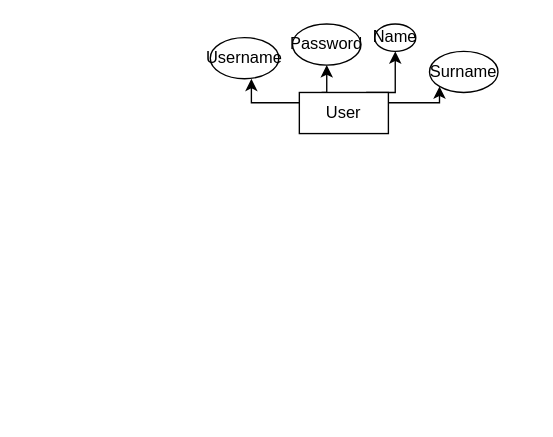
Above: Başlıksız Diyagram.drawio in Pqrq/CMpe321Hw1 (draw.io), before the change. Source tidied: cells renumbered, new cells numbered last; positions are measured from the earlier drawing's top-left corner, leaving out a move shared by most shapes. Both pictures are drawn from the tidied source at 137%, with x=0, y=0 at pixel (210, 23).
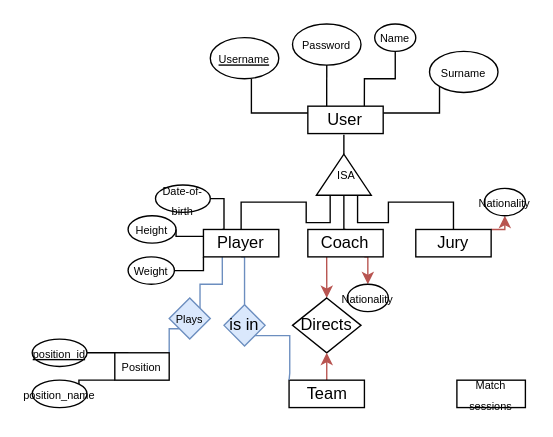
After the change.

Diff of the diagram source:
```diff
@@
-    <mxCell id="2" style="edgeStyle=orthogonalEdgeStyle;rounded=0;jettySize=auto;html=1;exitX=0.25;exitY=0;exitDx=0;exitDy=0;entryX=0.5;entryY=1;entryDx=0;entryDy=0;" parent="1" edge="1" source="5" target="7">
+    <mxCell id="2" style="edgeStyle=orthogonalEdgeStyle;rounded=0;jettySize=auto;html=1;exitX=0.25;exitY=0;exitDx=0;exitDy=0;entryX=0.5;entryY=1;entryDx=0;entryDy=0;endArrow=none;endFill=0;" parent="1" edge="1" source="5" target="7">
       <mxGeometry relative="1" as="geometry" />
     </mxCell>
-    <mxCell id="3" style="edgeStyle=orthogonalEdgeStyle;rounded=0;jettySize=auto;html=1;exitX=0.75;exitY=0;exitDx=0;exitDy=0;entryX=0.5;entryY=1;entryDx=0;entryDy=0;" parent="1" edge="1" source="5" target="8">
+    <mxCell id="3" style="edgeStyle=orthogonalEdgeStyle;rounded=0;jettySize=auto;html=1;exitX=0.75;exitY=0;exitDx=0;exitDy=0;entryX=0.5;entryY=1;entryDx=0;entryDy=0;endArrow=none;endFill=0;" parent="1" edge="1" source="5" target="8">
       <mxGeometry relative="1" as="geometry" />
     </mxCell>
-    <mxCell id="4" style="edgeStyle=orthogonalEdgeStyle;rounded=0;jettySize=auto;html=1;exitX=1;exitY=0.25;exitDx=0;exitDy=0;entryX=0;entryY=1;entryDx=0;entryDy=0;" parent="1" edge="1" source="5" target="9">
-      <mxGeometry relative="1" as="geometry" />
+    <mxCell id="4" style="edgeStyle=orthogonalEdgeStyle;rounded=0;jettySize=auto;html=1;exitX=1;exitY=0.25;exitDx=0;exitDy=0;entryX=0;entryY=1;entryDx=0;entryDy=0;endArrow=none;endFill=0;" parent="1" edge="1" source="5" target="9">
+      <mxGeometry relative="1" as="geometry">
+        <Array as="points">
+          <mxPoint x="167" y="65" />
+        </Array>
+      </mxGeometry>
     </mxCell>
     <mxCell id="5" value="User" style="rounded=0;whiteSpace=wrap;html=1;" parent="1" vertex="1">
-      <mxGeometry x="65" y="50" width="65" height="30" as="geometry" />
+      <mxGeometry x="71.2" y="60" width="55" height="20" as="geometry" />
     </mxCell>
-    <mxCell id="6" value="Username" style="ellipse;whiteSpace=wrap;html=1;" parent="1" vertex="1">
+    <mxCell id="6" value="&lt;font style=&quot;font-size: 8px;&quot;&gt;&lt;u&gt;Username&lt;/u&gt;&lt;/font&gt;" style="ellipse;whiteSpace=wrap;html=1;" parent="1" vertex="1">
       <mxGeometry y="10" width="50" height="30" as="geometry" />
     </mxCell>
-    <mxCell id="7" value="Password" style="ellipse;whiteSpace=wrap;html=1;" parent="1" vertex="1">
+    <mxCell id="7" value="&lt;font style=&quot;font-size: 8px;&quot;&gt;Password&lt;/font&gt;" style="ellipse;whiteSpace=wrap;html=1;" parent="1" vertex="1">
       <mxGeometry x="60" width="50" height="30" as="geometry" />
     </mxCell>
-    <mxCell id="8" value="Name" style="ellipse;whiteSpace=wrap;html=1;" parent="1" vertex="1">
+    <mxCell id="8" value="&lt;font style=&quot;font-size: 8px;&quot;&gt;Name&lt;/font&gt;" style="ellipse;whiteSpace=wrap;html=1;" parent="1" vertex="1">
       <mxGeometry x="120" width="30" height="20" as="geometry" />
     </mxCell>
-    <mxCell id="9" value="Surname" style="ellipse;whiteSpace=wrap;html=1;" parent="1" vertex="1">
+    <mxCell id="9" value="&lt;font style=&quot;font-size: 8px;&quot;&gt;Surname&lt;/font&gt;" style="ellipse;whiteSpace=wrap;html=1;" parent="1" vertex="1">
       <mxGeometry x="160" y="20" width="50" height="30" as="geometry" />
     </mxCell>
-    <mxCell id="10" style="edgeStyle=orthogonalEdgeStyle;rounded=0;jettySize=auto;html=1;exitX=0;exitY=0.25;exitDx=0;exitDy=0;entryX=0.6;entryY=1;entryDx=0;entryDy=0;entryPerimeter=0;" parent="1" edge="1" source="5" target="6">
+    <mxCell id="10" style="edgeStyle=orthogonalEdgeStyle;rounded=0;jettySize=auto;html=1;exitX=0;exitY=0.25;exitDx=0;exitDy=0;entryX=0.6;entryY=1;entryDx=0;entryDy=0;entryPerimeter=0;endArrow=none;endFill=0;" parent="1" edge="1" source="5" target="6">
       <mxGeometry relative="1" as="geometry" />
     </mxCell>
+    <mxCell id="11" style="triangle;whiteSpace=wrap;html=1;rotation=-90;" parent="1" vertex="1">
+      <mxGeometry x="82.5" y="90" width="30" height="40" as="geometry" />
+    </mxCell>
+    <mxCell id="12" value="&lt;font style=&quot;font-size: 8px;&quot;&gt;ISA&lt;/font&gt;" style="text;html=1;align=center;verticalAlign=middle;whiteSpace=wrap;rounded=0;" parent="1" vertex="1">
+      <mxGeometry x="82.5" y="102.5" width="32.5" height="15" as="geometry" />
+    </mxCell>
+    <mxCell id="13" style="edgeStyle=orthogonalEdgeStyle;rounded=0;jettySize=auto;html=1;exitX=0.5;exitY=0;exitDx=0;exitDy=0;entryX=0;entryY=0.25;entryDx=0;entryDy=0;endArrow=none;endFill=0;" parent="1" edge="1" source="18" target="11">
+      <mxGeometry relative="1" as="geometry" />
+    </mxCell>
+    <mxCell id="14" style="edgeStyle=orthogonalEdgeStyle;rounded=0;jettySize=auto;html=1;exitX=0.25;exitY=0;exitDx=0;exitDy=0;entryX=1;entryY=0.5;entryDx=0;entryDy=0;endArrow=none;endFill=0;" parent="1" edge="1" source="18" target="26">
+      <mxGeometry relative="1" as="geometry">
+        <Array as="points">
+          <mxPoint x="10" y="150" />
+          <mxPoint x="10" y="128" />
+        </Array>
+      </mxGeometry>
+    </mxCell>
+    <mxCell id="15" style="edgeStyle=orthogonalEdgeStyle;rounded=0;jettySize=auto;html=1;exitX=0;exitY=1;exitDx=0;exitDy=0;endArrow=none;endFill=0;" parent="1" edge="1" source="18" target="28">
+      <mxGeometry relative="1" as="geometry">
+        <Array as="points">
+          <mxPoint x="-5" y="180" />
+        </Array>
+      </mxGeometry>
+    </mxCell>
+    <mxCell id="16" style="edgeStyle=orthogonalEdgeStyle;rounded=0;jettySize=auto;html=1;exitX=0.25;exitY=1;exitDx=0;exitDy=0;entryX=1;entryY=0;entryDx=0;entryDy=0;endArrow=none;endFill=0;fillColor=#dae8fc;strokeColor=#6c8ebf;" parent="1" edge="1" source="18" target="37">
+      <mxGeometry relative="1" as="geometry" />
+    </mxCell>
+    <mxCell id="17" style="edgeStyle=orthogonalEdgeStyle;rounded=0;jettySize=auto;html=1;exitX=0.5;exitY=1;exitDx=0;exitDy=0;entryX=0.5;entryY=0;entryDx=0;entryDy=0;fillColor=#dae8fc;strokeColor=#6c8ebf;endArrow=none;endFill=0;" parent="1" edge="1" source="18" target="45">
+      <mxGeometry relative="1" as="geometry" />
+    </mxCell>
+    <mxCell id="18" value="Player" style="rounded=0;whiteSpace=wrap;html=1;" parent="1" vertex="1">
+      <mxGeometry x="-5" y="150" width="55" height="20" as="geometry" />
+    </mxCell>
+    <mxCell id="19" style="edgeStyle=orthogonalEdgeStyle;rounded=0;jettySize=auto;html=1;exitX=0.5;exitY=0;exitDx=0;exitDy=0;entryX=0;entryY=0.5;entryDx=0;entryDy=0;endArrow=none;endFill=0;" parent="1" edge="1" source="22" target="11">
+      <mxGeometry relative="1" as="geometry" />
+    </mxCell>
+    <mxCell id="20" style="edgeStyle=orthogonalEdgeStyle;rounded=0;jettySize=auto;html=1;exitX=0.75;exitY=1;exitDx=0;exitDy=0;entryX=0.5;entryY=0;entryDx=0;entryDy=0;fillColor=#f8cecc;strokeColor=#b85450;" parent="1" edge="1" source="22" target="29">
+      <mxGeometry relative="1" as="geometry" />
+    </mxCell>
+    <mxCell id="21" style="edgeStyle=orthogonalEdgeStyle;rounded=0;jettySize=auto;html=1;exitX=0.25;exitY=1;exitDx=0;exitDy=0;fillColor=#f8cecc;strokeColor=#b85450;" parent="1" edge="1" source="22" target="33">
+      <mxGeometry relative="1" as="geometry" />
+    </mxCell>
+    <mxCell id="22" value="Coach" style="rounded=0;whiteSpace=wrap;html=1;" parent="1" vertex="1">
+      <mxGeometry x="71.2" y="150" width="55" height="20" as="geometry" />
+    </mxCell>
+    <mxCell id="23" style="edgeStyle=orthogonalEdgeStyle;rounded=0;jettySize=auto;html=1;exitX=0.5;exitY=0;exitDx=0;exitDy=0;entryX=0;entryY=0.75;entryDx=0;entryDy=0;endArrow=none;endFill=0;" parent="1" edge="1" source="25" target="11">
+      <mxGeometry relative="1" as="geometry" />
+    </mxCell>
+    <mxCell id="24" style="edgeStyle=orthogonalEdgeStyle;rounded=0;jettySize=auto;html=1;exitX=1;exitY=0;exitDx=0;exitDy=0;entryX=0.5;entryY=1;entryDx=0;entryDy=0;fillColor=#f8cecc;strokeColor=#b85450;" parent="1" edge="1" source="25" target="31">
+      <mxGeometry relative="1" as="geometry" />
+    </mxCell>
+    <mxCell id="25" value="Jury" style="rounded=0;whiteSpace=wrap;html=1;" parent="1" vertex="1">
+      <mxGeometry x="150" y="150" width="55" height="20" as="geometry" />
+    </mxCell>
+    <mxCell id="26" value="&lt;font style=&quot;font-size: 8px;&quot;&gt;Date-of-birth&lt;/font&gt;" style="ellipse;whiteSpace=wrap;html=1;" parent="1" vertex="1">
+      <mxGeometry x="-40" y="117.5" width="40" height="20" as="geometry" />
+    </mxCell>
+    <mxCell id="27" value="&lt;font style=&quot;font-size: 8px;&quot;&gt;Height&lt;/font&gt;" style="ellipse;whiteSpace=wrap;html=1;" parent="1" vertex="1">
+      <mxGeometry x="-60" y="140" width="35" height="20" as="geometry" />
+    </mxCell>
+    <mxCell id="28" value="&lt;font style=&quot;font-size: 8px;&quot;&gt;Weight&lt;/font&gt;" style="ellipse;whiteSpace=wrap;html=1;" parent="1" vertex="1">
+      <mxGeometry x="-60" y="170" width="33.8" height="20" as="geometry" />
+    </mxCell>
+    <mxCell id="29" value="&lt;font style=&quot;font-size: 8px;&quot;&gt;Nationality&lt;/font&gt;" style="ellipse;whiteSpace=wrap;html=1;" parent="1" vertex="1">
+      <mxGeometry x="100" y="190" width="30" height="20" as="geometry" />
+    </mxCell>
+    <mxCell id="30" style="edgeStyle=orthogonalEdgeStyle;rounded=0;jettySize=auto;html=1;exitX=0;exitY=0.25;exitDx=0;exitDy=0;entryX=1;entryY=0.5;entryDx=0;entryDy=0;endArrow=none;endFill=0;" parent="1" edge="1" source="18" target="27">
+      <mxGeometry relative="1" as="geometry" />
+    </mxCell>
+    <mxCell id="31" value="&lt;font style=&quot;font-size: 8px;&quot;&gt;Nationality&lt;/font&gt;" style="ellipse;whiteSpace=wrap;html=1;" parent="1" vertex="1">
+      <mxGeometry x="200" y="120" width="30" height="20" as="geometry" />
+    </mxCell>
+    <mxCell id="32" style="edgeStyle=orthogonalEdgeStyle;rounded=0;jettySize=auto;html=1;exitX=1;exitY=0.5;exitDx=0;exitDy=0;entryX=0.478;entryY=1.042;entryDx=0;entryDy=0;entryPerimeter=0;endArrow=none;endFill=0;" parent="1" edge="1" source="11" target="5">
+      <mxGeometry relative="1" as="geometry" />
+    </mxCell>
+    <mxCell id="33" value="Directs" style="rhombus;whiteSpace=wrap;html=1;" parent="1" vertex="1">
+      <mxGeometry x="60" y="200" width="50" height="40" as="geometry" />
+    </mxCell>
+    <mxCell id="34" style="edgeStyle=orthogonalEdgeStyle;rounded=0;jettySize=auto;html=1;exitX=0.5;exitY=0;exitDx=0;exitDy=0;entryX=0.5;entryY=1;entryDx=0;entryDy=0;fillColor=#f8cecc;strokeColor=#b85450;" parent="1" edge="1" source="35" target="33">
+      <mxGeometry relative="1" as="geometry" />
+    </mxCell>
+    <mxCell id="35" value="Team" style="rounded=0;whiteSpace=wrap;html=1;" parent="1" vertex="1">
+      <mxGeometry x="57.5" y="260" width="55" height="20" as="geometry" />
+    </mxCell>
+    <mxCell id="36" style="edgeStyle=orthogonalEdgeStyle;rounded=0;jettySize=auto;html=1;exitX=0;exitY=1;exitDx=0;exitDy=0;entryX=1;entryY=0;entryDx=0;entryDy=0;endArrow=none;endFill=0;fillColor=#dae8fc;strokeColor=#6c8ebf;" parent="1" edge="1" source="37" target="40">
+      <mxGeometry relative="1" as="geometry" />
+    </mxCell>
+    <mxCell id="37" value="&lt;font style=&quot;font-size: 8px;&quot;&gt;Plays&lt;/font&gt;" style="rhombus;whiteSpace=wrap;html=1;fillColor=#dae8fc;strokeColor=#6c8ebf;" parent="1" vertex="1">
+      <mxGeometry x="-30" y="200" width="30" height="30" as="geometry" />
+    </mxCell>
+    <mxCell id="38" style="edgeStyle=orthogonalEdgeStyle;rounded=0;jettySize=auto;html=1;exitX=0.25;exitY=0;exitDx=0;exitDy=0;entryX=1;entryY=0.5;entryDx=0;entryDy=0;endArrow=none;endFill=0;" parent="1" edge="1" source="40" target="41">
+      <mxGeometry relative="1" as="geometry" />
+    </mxCell>
+    <mxCell id="39" style="edgeStyle=orthogonalEdgeStyle;rounded=0;jettySize=auto;html=1;exitX=0;exitY=1;exitDx=0;exitDy=0;entryX=1;entryY=0;entryDx=0;entryDy=0;endArrow=none;endFill=0;" parent="1" edge="1" source="40" target="42">
+      <mxGeometry relative="1" as="geometry" />
+    </mxCell>
+    <mxCell id="40" value="&lt;font style=&quot;font-size: 8px;&quot;&gt;Position&lt;/font&gt;" style="rounded=0;whiteSpace=wrap;html=1;" parent="1" vertex="1">
+      <mxGeometry x="-69.7" y="240" width="39.7" height="20" as="geometry" />
+    </mxCell>
+    <mxCell id="41" value="&lt;font style=&quot;font-size: 8px;&quot;&gt;&lt;u&gt;position_id&lt;/u&gt;&lt;/font&gt;" style="ellipse;whiteSpace=wrap;html=1;" parent="1" vertex="1">
+      <mxGeometry x="-130" y="230" width="40" height="20" as="geometry" />
+    </mxCell>
+    <mxCell id="42" value="&lt;font style=&quot;font-size: 8px;&quot;&gt;position_name&lt;/font&gt;" style="ellipse;whiteSpace=wrap;html=1;" parent="1" vertex="1">
+      <mxGeometry x="-130" y="260" width="40" height="20" as="geometry" />
+    </mxCell>
+    <mxCell id="43" value="&lt;font style=&quot;font-size: 8px;&quot;&gt;Match sessions&lt;/font&gt;" style="rounded=0;whiteSpace=wrap;html=1;" parent="1" vertex="1">
+      <mxGeometry x="180" y="260" width="50" height="20" as="geometry" />
+    </mxCell>
+    <mxCell id="44" style="edgeStyle=orthogonalEdgeStyle;rounded=0;jettySize=auto;html=1;exitX=1;exitY=1;exitDx=0;exitDy=0;entryX=0;entryY=0;entryDx=0;entryDy=0;endArrow=none;endFill=0;fillColor=#dae8fc;strokeColor=#6c8ebf;" parent="1" edge="1" source="45" target="35">
+      <mxGeometry relative="1" as="geometry">
+        <Array as="points">
+          <mxPoint x="58" y="228" />
+          <mxPoint x="58" y="255" />
+          <mxPoint x="58" y="255" />
+        </Array>
+      </mxGeometry>
+    </mxCell>
+    <mxCell id="45" value="is in" style="rhombus;whiteSpace=wrap;html=1;fillColor=#dae8fc;strokeColor=#6c8ebf;" parent="1" vertex="1">
+      <mxGeometry x="10" y="205" width="30" height="30" as="geometry" />
+    </mxCell>
```
